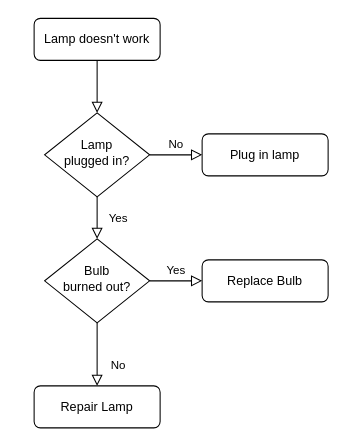
The draw.io diagram Untitled Diagram.drawio in carmiabela/FlowCharts, before the edit. Source tidied: cells renumbered, new cells numbered last; positions are measured from the earlier drawing's top-left corner, leaving out a move shared by most shapes. Both pictures are drawn from the tidied source at 105%, with x=0, y=0 at pixel (34, 18).
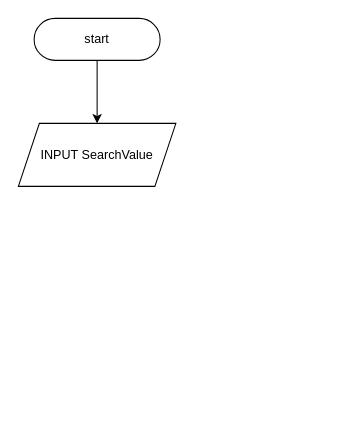
Above is the later version.

Commit message:
Update Untitled SearchInArrayFlowChart

Change to the diagram source:
```diff
@@
 <mxGraphModel>
   <root>
     <mxCell id="0" />
     <mxCell id="1" parent="0" />
-    <mxCell id="2" style="rounded=0;html=1;jettySize=auto;fontSize=11;endArrow=block;endFill=0;endSize=8;strokeWidth=1;shadow=0;labelBackgroundColor=none;edgeStyle=orthogonalEdgeStyle;" parent="1" edge="1" source="3" target="6">
-      <mxGeometry relative="1" as="geometry" />
-    </mxCell>
+    <mxCell id="13" style="edgeStyle=orthogonalEdgeStyle;rounded=0;jettySize=auto;html=1;entryX=0.5;entryY=0;entryDx=0;entryDy=0;" parent="1" edge="1" source="3" target="14">
+      <mxGeometry relative="1" as="geometry" />
+    </mxCell>
-    <mxCell id="3" value="Lamp doesn't work" style="rounded=1;whiteSpace=wrap;html=1;fontSize=12;glass=0;strokeWidth=1;shadow=0;" parent="1" vertex="1">
+    <mxCell id="3" value="start" style="rounded=1;whiteSpace=wrap;html=1;fontSize=12;glass=0;strokeWidth=1;shadow=0;arcSize=50;" parent="1" vertex="1">
       <mxGeometry width="120" height="40" as="geometry" />
     </mxCell>
-    <mxCell id="4" value="Yes" style="rounded=0;html=1;jettySize=auto;fontSize=11;endArrow=block;endFill=0;endSize=8;strokeWidth=1;shadow=0;labelBackgroundColor=none;edgeStyle=orthogonalEdgeStyle;" parent="1" edge="1" source="6" target="10">
-      <mxGeometry y="20" relative="1" as="geometry" />
-    </mxCell>
-    <mxCell id="5" value="No" style="edgeStyle=orthogonalEdgeStyle;rounded=0;html=1;jettySize=auto;fontSize=11;endArrow=block;endFill=0;endSize=8;strokeWidth=1;shadow=0;labelBackgroundColor=none;" parent="1" edge="1" source="6" target="7">
-      <mxGeometry y="10" relative="1" as="geometry" />
-    </mxCell>
-    <mxCell id="6" value="Lamp&lt;br&gt;plugged in?" style="rhombus;whiteSpace=wrap;html=1;shadow=0;fontFamily=Helvetica;fontSize=12;align=center;strokeWidth=1;spacing=6;spacingTop=-4;" parent="1" vertex="1">
-      <mxGeometry x="10" y="90" width="100" height="80" as="geometry" />
-    </mxCell>
-    <mxCell id="7" value="Plug in lamp" style="rounded=1;whiteSpace=wrap;html=1;fontSize=12;glass=0;strokeWidth=1;shadow=0;" parent="1" vertex="1">
-      <mxGeometry x="160" y="110" width="120" height="40" as="geometry" />
-    </mxCell>
-    <mxCell id="8" value="No" style="rounded=0;html=1;jettySize=auto;fontSize=11;endArrow=block;endFill=0;endSize=8;strokeWidth=1;shadow=0;labelBackgroundColor=none;edgeStyle=orthogonalEdgeStyle;" parent="1" edge="1" source="10" target="11">
-      <mxGeometry x="0.33" y="20" relative="1" as="geometry" />
-    </mxCell>
-    <mxCell id="9" value="Yes" style="edgeStyle=orthogonalEdgeStyle;rounded=0;html=1;jettySize=auto;fontSize=11;endArrow=block;endFill=0;endSize=8;strokeWidth=1;shadow=0;labelBackgroundColor=none;" parent="1" edge="1" source="10" target="12">
-      <mxGeometry y="10" relative="1" as="geometry" />
-    </mxCell>
-    <mxCell id="10" value="Bulb&lt;br&gt;burned out?" style="rhombus;whiteSpace=wrap;html=1;shadow=0;fontFamily=Helvetica;fontSize=12;align=center;strokeWidth=1;spacing=6;spacingTop=-4;" parent="1" vertex="1">
-      <mxGeometry x="10" y="210" width="100" height="80" as="geometry" />
-    </mxCell>
-    <mxCell id="11" value="Repair Lamp" style="rounded=1;whiteSpace=wrap;html=1;fontSize=12;glass=0;strokeWidth=1;shadow=0;" parent="1" vertex="1">
-      <mxGeometry y="350" width="120" height="40" as="geometry" />
-    </mxCell>
-    <mxCell id="12" value="Replace Bulb" style="rounded=1;whiteSpace=wrap;html=1;fontSize=12;glass=0;strokeWidth=1;shadow=0;" parent="1" vertex="1">
-      <mxGeometry x="160" y="230" width="120" height="40" as="geometry" />
-    </mxCell>
+    <mxCell id="14" value="INPUT SearchValue" style="shape=parallelogram;perimeter=parallelogramPerimeter;whiteSpace=wrap;html=1;fixedSize=1;" parent="1" vertex="1">
+      <mxGeometry x="-15" y="100" width="150" height="60" as="geometry" />
+    </mxCell>
   </root>
 </mxGraphModel>
```
